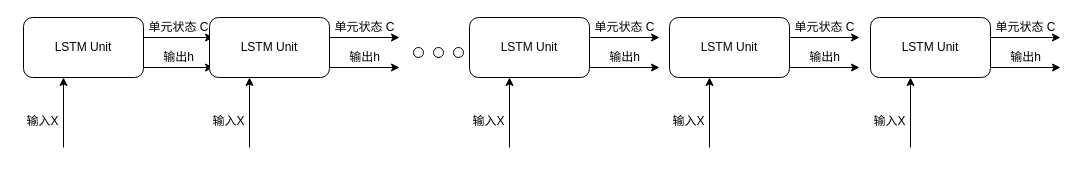
Earlier version of the draw.io diagram Untitled Diagram.drawio (hattori7243/draw.io). Source tidied: cells renumbered, new cells numbered last; positions are measured from the earlier drawing's top-left corner, leaving out a move shared by most shapes. Both pictures are drawn from the tidied source at 100%, with x=0, y=0 at pixel (17, 17).
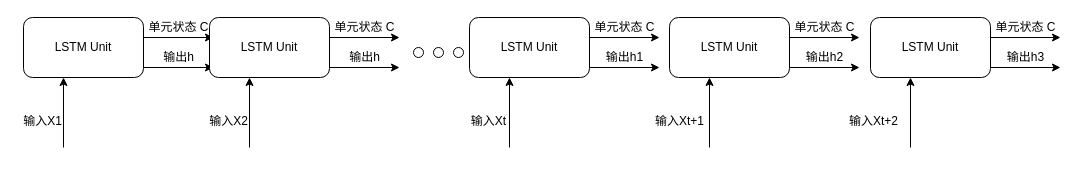
The same page after the edit.

Change to the diagram source:
```diff
@@
-    <mxCell id="4" value="输入X" style="text;html=1;align=center;verticalAlign=middle;" parent="1" vertex="1">
+    <mxCell id="4" value="输入X1" style="text;html=1;align=center;verticalAlign=middle;" parent="1" vertex="1">
       <mxGeometry y="94" width="50" height="20" as="geometry" />
     </mxCell>
@@
-    <mxCell id="11" value="输入X" style="text;html=1;align=center;verticalAlign=middle;" parent="1" vertex="1">
+    <mxCell id="11" value="输入X2" style="text;html=1;align=center;verticalAlign=middle;" parent="1" vertex="1">
       <mxGeometry x="186" y="94" width="50" height="20" as="geometry" />
     </mxCell>
@@
-    <mxCell id="21" value="输入X" style="text;html=1;align=center;verticalAlign=middle;" parent="1" vertex="1">
+    <mxCell id="21" value="输入Xt" style="text;html=1;align=center;verticalAlign=middle;" parent="1" vertex="1">
       <mxGeometry x="446" y="94" width="50" height="20" as="geometry" />
     </mxCell>
@@
-    <mxCell id="23" value="输出h" style="text;html=1;align=center;verticalAlign=middle;" parent="1" vertex="1">
+    <mxCell id="23" value="输出h1" style="text;html=1;align=center;verticalAlign=middle;" parent="1" vertex="1">
       <mxGeometry x="582" y="30" width="50" height="20" as="geometry" />
     </mxCell>
@@
-    <mxCell id="28" value="输入X" style="text;html=1;align=center;verticalAlign=middle;" parent="1" vertex="1">
-      <mxGeometry x="646" y="94" width="50" height="20" as="geometry" />
+    <mxCell id="28" value="输入Xt+1" style="text;html=1;align=center;verticalAlign=middle;" parent="1" vertex="1">
+      <mxGeometry x="632" y="94" width="60" height="20" as="geometry" />
     </mxCell>
@@
-    <mxCell id="30" value="输出h" style="text;html=1;align=center;verticalAlign=middle;" parent="1" vertex="1">
+    <mxCell id="30" value="输出h2" style="text;html=1;align=center;verticalAlign=middle;" parent="1" vertex="1">
       <mxGeometry x="782" y="30" width="50" height="20" as="geometry" />
     </mxCell>
@@
-    <mxCell id="35" value="输入X" style="text;html=1;align=center;verticalAlign=middle;" parent="1" vertex="1">
-      <mxGeometry x="847" y="94" width="50" height="20" as="geometry" />
+    <mxCell id="35" value="输入Xt+2" style="text;html=1;align=center;verticalAlign=middle;" parent="1" vertex="1">
+      <mxGeometry x="826" y="94" width="60" height="20" as="geometry" />
     </mxCell>
@@
-    <mxCell id="37" value="输出h" style="text;html=1;align=center;verticalAlign=middle;" parent="1" vertex="1">
+    <mxCell id="37" value="输出h3" style="text;html=1;align=center;verticalAlign=middle;" parent="1" vertex="1">
       <mxGeometry x="983" y="30" width="50" height="20" as="geometry" />
     </mxCell>
```
